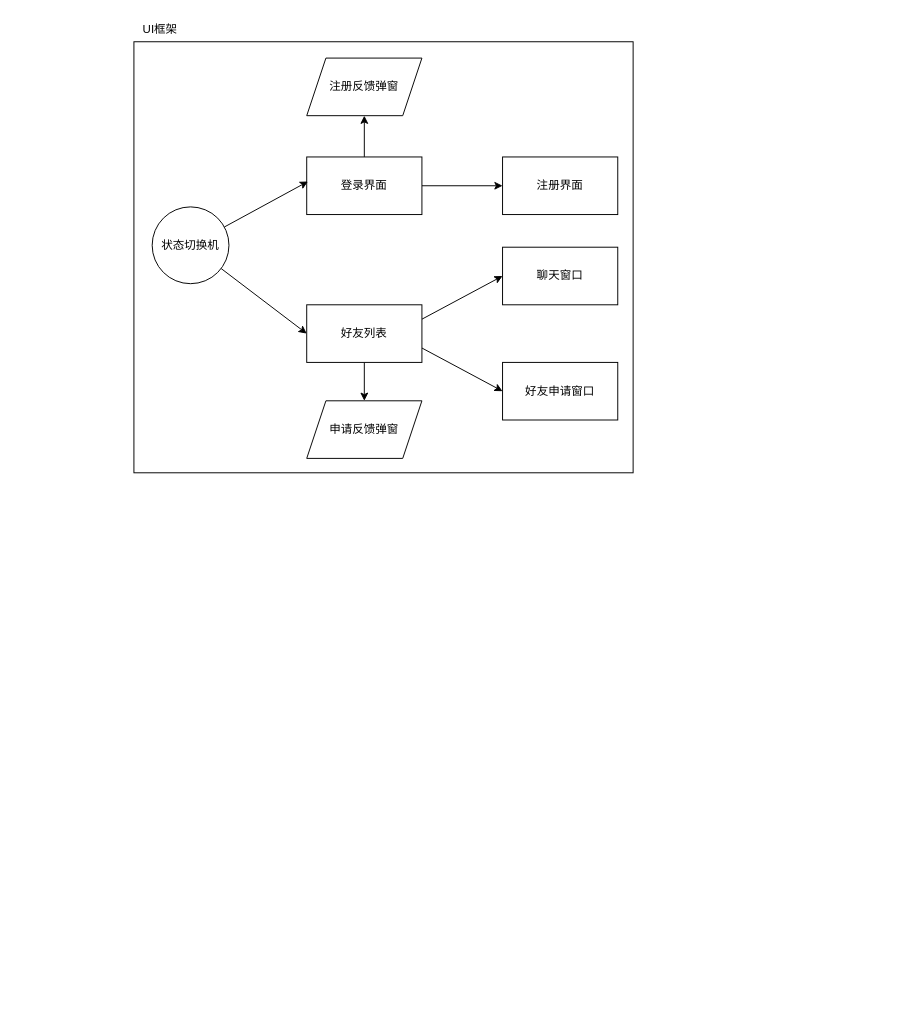
Above: new/UI.drawio in HellowAmy/qt_comm (draw.io), before the change. Source tidied: cells renumbered, new cells numbered last; positions are measured from the earlier drawing's top-left corner, leaving out a move shared by most shapes. Both pictures are drawn from the tidied source at 96%, with x=0, y=0 at pixel (133, 16).
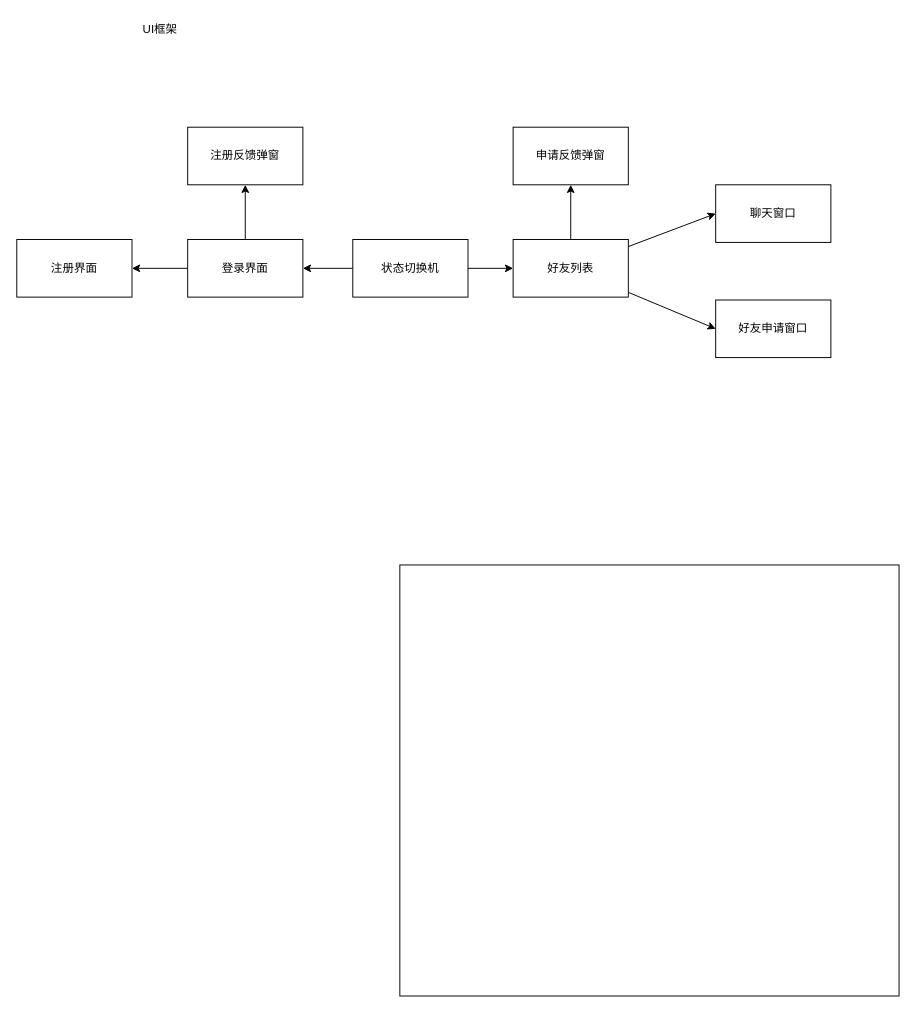
The same diagram, later.

Change to the diagram source:
```diff
@@
 <mxGraphModel>
   <root>
     <mxCell id="0" />
     <mxCell id="1" parent="0" />
     <mxCell id="2" style="rounded=0;whiteSpace=wrap;html=1;" parent="1" vertex="1">
-      <mxGeometry y="26" width="520" height="449" as="geometry" />
+      <mxGeometry x="277" y="571" width="520" height="449" as="geometry" />
     </mxCell>
-    <mxCell id="3" style="edgeStyle=orthogonalEdgeStyle;rounded=0;jettySize=auto;html=1;" parent="1" edge="1" source="5" target="7">
+    <mxCell id="3" style="edgeStyle=orthogonalEdgeStyle;rounded=0;jettySize=auto;html=1;strokeWidth=1;" parent="1" edge="1" source="5" target="7">
       <mxGeometry relative="1" as="geometry" />
     </mxCell>
-    <mxCell id="4" style="edgeStyle=orthogonalEdgeStyle;rounded=0;jettySize=auto;html=1;" parent="1" edge="1" source="5" target="6">
+    <mxCell id="4" style="edgeStyle=orthogonalEdgeStyle;rounded=0;jettySize=auto;html=1;strokeWidth=1;" parent="1" edge="1" source="5" target="6">
       <mxGeometry relative="1" as="geometry" />
     </mxCell>
     <mxCell id="5" value="登录界面" style="rounded=0;whiteSpace=wrap;html=1;" parent="1" vertex="1">
-      <mxGeometry x="180" y="146" width="120" height="60" as="geometry" />
+      <mxGeometry x="56" y="232" width="120" height="60" as="geometry" />
     </mxCell>
     <mxCell id="6" value="注册界面" style="rounded=0;whiteSpace=wrap;html=1;" parent="1" vertex="1">
-      <mxGeometry x="384" y="146" width="120" height="60" as="geometry" />
+      <mxGeometry x="-122" y="232" width="120" height="60" as="geometry" />
     </mxCell>
-    <mxCell id="7" value="注册反馈弹窗" style="shape=parallelogram;perimeter=parallelogramPerimeter;whiteSpace=wrap;html=1;fixedSize=1;" parent="1" vertex="1">
-      <mxGeometry x="180" y="43" width="120" height="60" as="geometry" />
-    </mxCell>
-    <mxCell id="8" style="edgeStyle=orthogonalEdgeStyle;rounded=0;jettySize=auto;html=1;" parent="1" edge="1" source="11" target="12">
+    <mxCell id="8" style="edgeStyle=orthogonalEdgeStyle;rounded=0;jettySize=auto;html=1;strokeWidth=1;" parent="1" edge="1" source="11" target="12">
       <mxGeometry relative="1" as="geometry" />
     </mxCell>
+    <mxCell id="10" style="rounded=0;jettySize=auto;html=1;entryX=0;entryY=0.5;entryDx=0;entryDy=0;strokeWidth=1;" parent="1" edge="1" source="11" target="13">
+      <mxGeometry relative="1" as="geometry" />
+    </mxCell>
-    <mxCell id="9" style="rounded=0;jettySize=auto;html=1;exitX=1;exitY=0.75;exitDx=0;exitDy=0;entryX=0;entryY=0.5;entryDx=0;entryDy=0;" parent="1" edge="1" source="11" target="14">
+    <mxCell id="9" style="rounded=0;jettySize=auto;html=1;entryX=0;entryY=0.5;entryDx=0;entryDy=0;strokeWidth=1;" parent="1" edge="1" source="11" target="14">
       <mxGeometry relative="1" as="geometry" />
     </mxCell>
-    <mxCell id="10" style="rounded=0;jettySize=auto;html=1;entryX=0;entryY=0.5;entryDx=0;entryDy=0;exitX=1;exitY=0.25;exitDx=0;exitDy=0;" parent="1" edge="1" source="11" target="13">
-      <mxGeometry relative="1" as="geometry" />
-    </mxCell>
     <mxCell id="11" value="好友列表" style="rounded=0;whiteSpace=wrap;html=1;" parent="1" vertex="1">
-      <mxGeometry x="180" y="300" width="120" height="60" as="geometry" />
+      <mxGeometry x="395" y="232" width="120" height="60" as="geometry" />
     </mxCell>
-    <mxCell id="12" value="申请反馈弹窗" style="shape=parallelogram;perimeter=parallelogramPerimeter;whiteSpace=wrap;html=1;fixedSize=1;" parent="1" vertex="1">
-      <mxGeometry x="180" y="400" width="120" height="60" as="geometry" />
-    </mxCell>
     <mxCell id="13" value="聊天窗口" style="rounded=0;whiteSpace=wrap;html=1;" parent="1" vertex="1">
-      <mxGeometry x="384" y="240" width="120" height="60" as="geometry" />
+      <mxGeometry x="606" y="175" width="120" height="60" as="geometry" />
     </mxCell>
     <mxCell id="14" value="好友申请窗口" style="rounded=0;whiteSpace=wrap;html=1;" parent="1" vertex="1">
-      <mxGeometry x="384" y="360" width="120" height="60" as="geometry" />
+      <mxGeometry x="606" y="295" width="120" height="60" as="geometry" />
     </mxCell>
+    <mxCell id="18" value="UI框架" style="text;html=1;align=center;verticalAlign=middle;strokeColor=none;fillColor=none;" parent="1" vertex="1">
+      <mxGeometry width="54" height="26" as="geometry" />
+    </mxCell>
+    <mxCell id="7" value="注册反馈弹窗" style="rounded=0;whiteSpace=wrap;html=1;" parent="1" vertex="1">
+      <mxGeometry x="56" y="115" width="120" height="60" as="geometry" />
+    </mxCell>
+    <mxCell id="12" value="申请反馈弹窗" style="rounded=0;whiteSpace=wrap;html=1;" parent="1" vertex="1">
+      <mxGeometry x="395" y="115" width="120" height="60" as="geometry" />
+    </mxCell>
+    <mxCell id="16" style="edgeStyle=orthogonalEdgeStyle;rounded=0;jettySize=auto;html=1;strokeWidth=1;" parent="1" edge="1" source="17" target="11">
+      <mxGeometry relative="1" as="geometry" />
+    </mxCell>
-    <mxCell id="15" style="rounded=0;jettySize=auto;html=1;entryX=0.011;entryY=0.426;entryDx=0;entryDy=0;entryPerimeter=0;" parent="1" edge="1" source="17" target="5">
+    <mxCell id="15" style="edgeStyle=orthogonalEdgeStyle;rounded=0;jettySize=auto;html=1;strokeWidth=1;" parent="1" edge="1" source="17" target="5">
       <mxGeometry relative="1" as="geometry" />
     </mxCell>
-    <mxCell id="16" style="rounded=0;jettySize=auto;html=1;entryX=0;entryY=0.5;entryDx=0;entryDy=0;" parent="1" edge="1" source="17" target="11">
-      <mxGeometry relative="1" as="geometry" />
-    </mxCell>
-    <mxCell id="17" value="状态切换机" style="ellipse;whiteSpace=wrap;html=1;" parent="1" vertex="1">
-      <mxGeometry x="19" y="198" width="80" height="80" as="geometry" />
+    <mxCell id="17" value="状态切换机" style="rounded=0;whiteSpace=wrap;html=1;" parent="1" vertex="1">
+      <mxGeometry x="228" y="232" width="120" height="60" as="geometry" />
     </mxCell>
-    <mxCell id="18" value="UI框架" style="text;html=1;align=center;verticalAlign=middle;strokeColor=none;fillColor=none;" parent="1" vertex="1">
-      <mxGeometry width="54" height="26" as="geometry" />
-    </mxCell>
   </root>
 </mxGraphModel>
```
